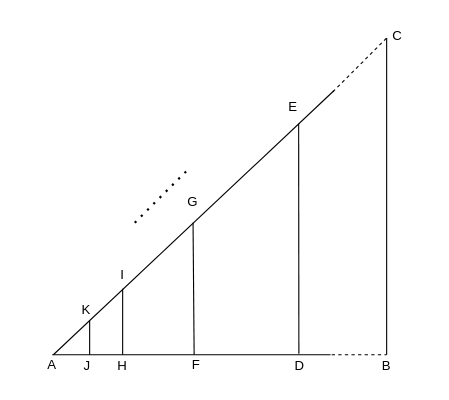
lynxswf/lynxswf keeps this draw.io diagram as page "第 1 页" (1 of 2) of 未命名绘图2.drawio. Above is the earlier version. Source tidied: cells renumbered, new cells numbered last; positions are measured from the earlier drawing's top-left corner, leaving out a move shared by most shapes. Both pictures are drawn from the tidied source at 110%, with x=0, y=0 at pixel (19, 19).
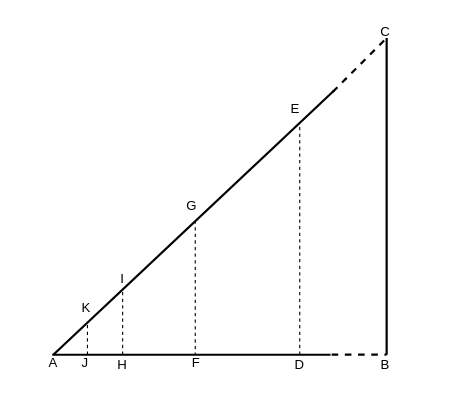
The same page after the edit.

Commit message (it also covers changes not shown here):
更新未命名绘图2.drawio

What changed in the source:
```diff
@@
-    <mxCell id="2" style="endArrow=none;html=1;rounded=0;" parent="1" edge="1">
+    <mxCell id="2" style="endArrow=none;html=1;rounded=0;strokeWidth=2;" parent="1" edge="1">
       <mxGeometry relative="1" as="geometry">
         <mxPoint x="31" y="305" as="sourcePoint" />
         <mxPoint x="286" y="65" as="targetPoint" />
       </mxGeometry>
     </mxCell>
-    <mxCell id="3" style="endArrow=none;html=1;rounded=0;" parent="1" edge="1">
+    <mxCell id="3" style="endArrow=none;html=1;rounded=0;strokeWidth=2;" parent="1" edge="1">
       <mxGeometry relative="1" as="geometry">
         <mxPoint x="30" y="305" as="sourcePoint" />
         <mxPoint x="283" y="305" as="targetPoint" />
       </mxGeometry>
     </mxCell>
-    <mxCell id="4" style="endArrow=none;html=1;rounded=0;" parent="1" edge="1">
+    <mxCell id="4" style="endArrow=none;html=1;rounded=0;strokeWidth=2;" parent="1" edge="1">
       <mxGeometry relative="1" as="geometry">
         <mxPoint x="334" y="305" as="sourcePoint" />
         <mxPoint x="334" y="17" as="targetPoint" />
       </mxGeometry>
     </mxCell>
     <mxCell id="5" value="A" style="text;html=1;align=center;verticalAlign=middle;whiteSpace=wrap;rounded=0;" parent="1" vertex="1">
-      <mxGeometry y="299" width="60" height="30" as="geometry" />
+      <mxGeometry x="25" y="308" width="12" height="10" as="geometry" />
     </mxCell>
     <mxCell id="6" value="B" style="text;html=1;align=center;verticalAlign=middle;whiteSpace=wrap;rounded=0;" parent="1" vertex="1">
-      <mxGeometry x="304" y="300" width="60" height="30" as="geometry" />
+      <mxGeometry x="327" y="309" width="12" height="10" as="geometry" />
     </mxCell>
     <mxCell id="7" value="C" style="text;html=1;align=center;verticalAlign=middle;whiteSpace=wrap;rounded=0;" parent="1" vertex="1">
-      <mxGeometry x="314" width="60" height="30" as="geometry" />
+      <mxGeometry x="322" y="3" width="22" height="17" as="geometry" />
     </mxCell>
     <mxCell id="8" value="D" style="text;html=1;align=center;verticalAlign=middle;whiteSpace=wrap;rounded=0;" parent="1" vertex="1">
-      <mxGeometry x="225" y="300" width="60" height="30" as="geometry" />
+      <mxGeometry x="249" y="309" width="12" height="10" as="geometry" />
     </mxCell>
     <mxCell id="9" value="E" style="text;html=1;align=center;verticalAlign=middle;whiteSpace=wrap;rounded=0;" parent="1" vertex="1">
-      <mxGeometry x="219" y="65" width="60" height="30" as="geometry" />
+      <mxGeometry x="221" y="67" width="60" height="30" as="geometry" />
     </mxCell>
     <mxCell id="10" value="F" style="text;html=1;align=center;verticalAlign=middle;whiteSpace=wrap;rounded=0;" parent="1" vertex="1">
-      <mxGeometry x="131" y="299" width="60" height="30" as="geometry" />
+      <mxGeometry x="155" y="308" width="12" height="10" as="geometry" />
     </mxCell>
     <mxCell id="11" value="G" style="text;html=1;align=center;verticalAlign=middle;whiteSpace=wrap;rounded=0;" parent="1" vertex="1">
-      <mxGeometry x="128" y="151" width="60" height="30" as="geometry" />
+      <mxGeometry x="127" y="155" width="60" height="30" as="geometry" />
     </mxCell>
     <mxCell id="12" value="H" style="text;html=1;align=center;verticalAlign=middle;whiteSpace=wrap;rounded=0;" parent="1" vertex="1">
-      <mxGeometry x="64" y="300" width="60" height="30" as="geometry" />
+      <mxGeometry x="88" y="309" width="12" height="10" as="geometry" />
     </mxCell>
     <mxCell id="13" value="I" style="text;html=1;align=center;verticalAlign=middle;whiteSpace=wrap;rounded=0;" parent="1" vertex="1">
-      <mxGeometry x="64" y="218" width="60" height="30" as="geometry" />
+      <mxGeometry x="64" y="221" width="60" height="30" as="geometry" />
     </mxCell>
     <mxCell id="14" value="J" style="text;html=1;align=center;verticalAlign=middle;whiteSpace=wrap;rounded=0;" parent="1" vertex="1">
-      <mxGeometry x="32" y="300" width="60" height="30" as="geometry" />
+      <mxGeometry x="54" y="308" width="12" height="10" as="geometry" />
     </mxCell>
-    <mxCell id="15" style="endArrow=none;html=1;rounded=0;" parent="1" edge="1">
-      <mxGeometry relative="1" as="geometry">
-        <mxPoint x="254.2" y="304.2" as="sourcePoint" />
-        <mxPoint x="254" y="95" as="targetPoint" />
-      </mxGeometry>
-    </mxCell>
-    <mxCell id="16" style="endArrow=none;html=1;rounded=0;" parent="1" edge="1">
-      <mxGeometry relative="1" as="geometry">
-        <mxPoint x="159" y="305" as="sourcePoint" />
-        <mxPoint x="158" y="185" as="targetPoint" />
-      </mxGeometry>
-    </mxCell>
-    <mxCell id="17" style="endArrow=none;html=1;rounded=0;" parent="1" edge="1">
-      <mxGeometry relative="1" as="geometry">
-        <mxPoint x="64" y="305" as="sourcePoint" />
-        <mxPoint x="64" y="274" as="targetPoint" />
-      </mxGeometry>
-    </mxCell>
     <mxCell id="18" value="K" style="text;html=1;align=center;verticalAlign=middle;whiteSpace=wrap;rounded=0;" parent="1" vertex="1">
-      <mxGeometry x="31" y="249" width="60" height="30" as="geometry" />
+      <mxGeometry x="55" y="258" width="12" height="10" as="geometry" />
     </mxCell>
-    <mxCell id="19" style="endArrow=none;dashed=1;html=1;rounded=0;" parent="1" edge="1">
+    <mxCell id="19" style="endArrow=none;dashed=1;html=1;rounded=0;strokeWidth=2;" parent="1" edge="1">
       <mxGeometry relative="1" as="geometry">
         <mxPoint x="285" y="66" as="sourcePoint" />
         <mxPoint x="335" y="16" as="targetPoint" />
       </mxGeometry>
     </mxCell>
-    <mxCell id="20" style="endArrow=none;html=1;rounded=0;" parent="1" edge="1">
-      <mxGeometry relative="1" as="geometry">
-        <mxPoint x="94" y="305" as="sourcePoint" />
-        <mxPoint x="94" y="245" as="targetPoint" />
-      </mxGeometry>
-    </mxCell>
-    <mxCell id="21" style="endArrow=none;dashed=1;html=1;dashPattern=1 3;strokeWidth=2;rounded=0;" parent="1" edge="1">
-      <mxGeometry relative="1" as="geometry">
-        <mxPoint x="105" y="185" as="sourcePoint" />
-        <mxPoint x="155" y="135" as="targetPoint" />
-      </mxGeometry>
-    </mxCell>
-    <mxCell id="22" style="endArrow=none;dashed=1;html=1;rounded=0;" parent="1" edge="1">
+    <mxCell id="22" style="endArrow=none;dashed=1;html=1;rounded=0;strokeWidth=2;" parent="1" edge="1">
       <mxGeometry relative="1" as="geometry">
-        <mxPoint x="284" y="305" as="sourcePoint" />
-        <mxPoint x="334" y="305" as="targetPoint" />
+        <mxPoint x="284" y="304.8" as="sourcePoint" />
+        <mxPoint x="334" y="304.8" as="targetPoint" />
       </mxGeometry>
     </mxCell>
+    <mxCell id="23" style="endArrow=none;dashed=1;html=1;rounded=0;" parent="1" edge="1">
+      <mxGeometry relative="1" as="geometry">
+        <mxPoint x="255" y="305" as="sourcePoint" />
+        <mxPoint x="255" y="95" as="targetPoint" />
+      </mxGeometry>
+    </mxCell>
+    <mxCell id="24" style="endArrow=none;dashed=1;html=1;rounded=0;" parent="1" edge="1">
+      <mxGeometry relative="1" as="geometry">
+        <mxPoint x="94" y="305" as="sourcePoint" />
+        <mxPoint x="94" y="245" as="targetPoint" />
+      </mxGeometry>
+    </mxCell>
+    <mxCell id="25" style="endArrow=none;dashed=1;html=1;rounded=0;" parent="1" edge="1">
+      <mxGeometry relative="1" as="geometry">
+        <mxPoint x="62" y="305" as="sourcePoint" />
+        <mxPoint x="62" y="276" as="targetPoint" />
+      </mxGeometry>
+    </mxCell>
+    <mxCell id="26" style="endArrow=none;dashed=1;html=1;rounded=0;" parent="1" edge="1">
+      <mxGeometry relative="1" as="geometry">
+        <mxPoint x="160" y="183" as="sourcePoint" />
+        <mxPoint x="160" y="305" as="targetPoint" />
+      </mxGeometry>
+    </mxCell>
```
